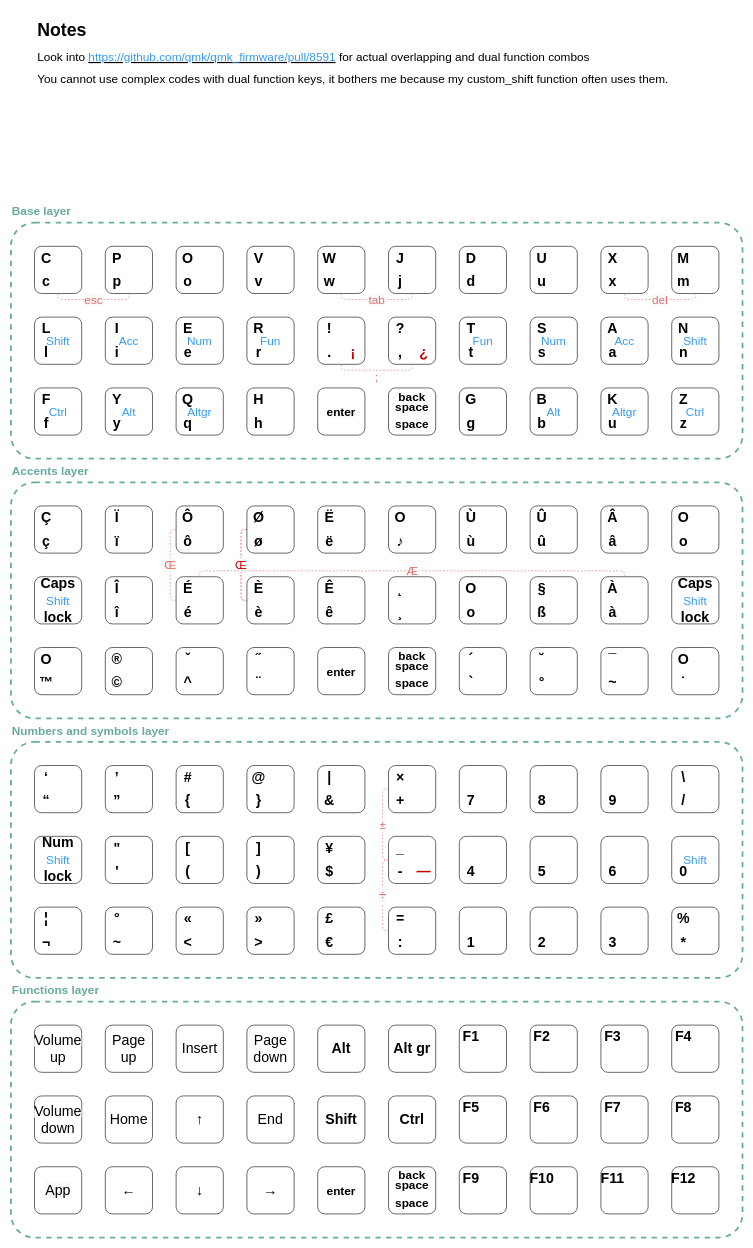
This is Gherkin with custom lier layout for 30 keys/gherkin aito-lier.drawio from Hedgestock/custom-keyboard-layouts, a draw.io file, before an edit. Source tidied: cells renumbered, new cells numbered last; positions are measured from the earlier drawing's top-left corner, leaving out a move shared by most shapes. Both pictures are drawn from the tidied source at 59%, with x=0, y=0 at pixel (11, 16).
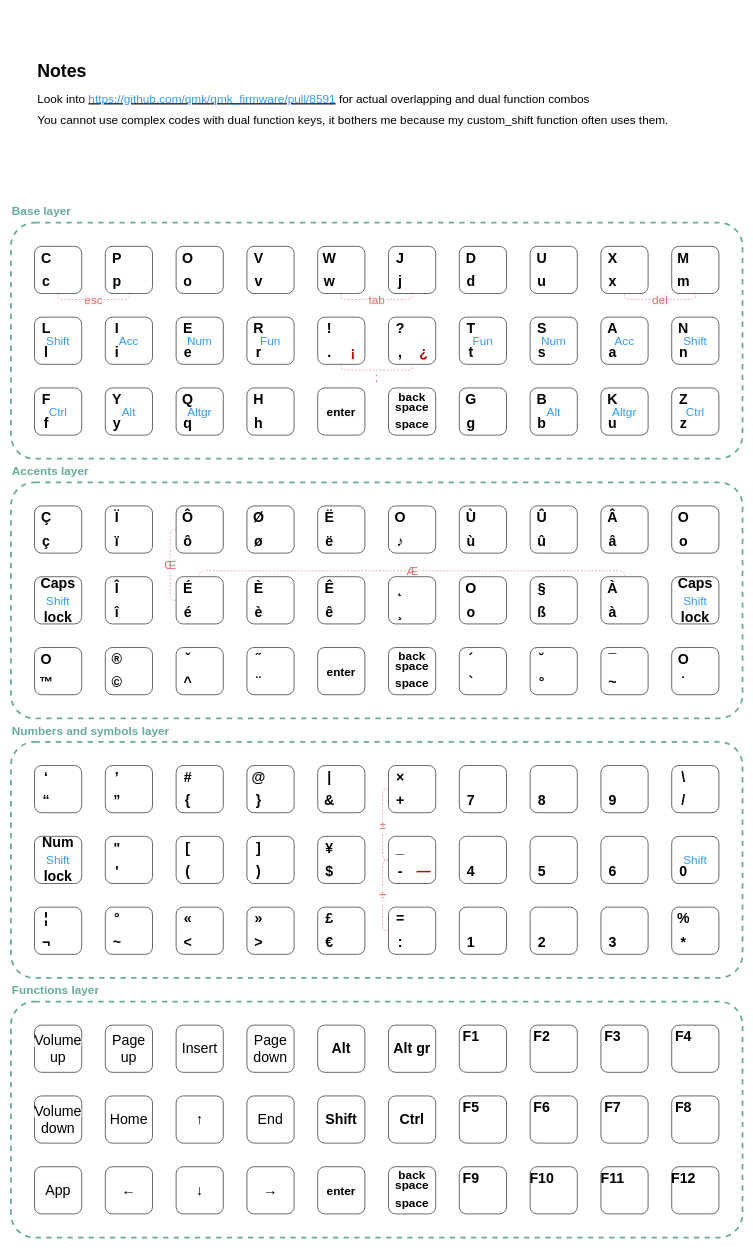
The same page after the edit.

Unchanged cells that the change refers to:
```xml
<mxCell id="62" style="group;" parent="1" vertex="1">
  <mxGeometry y="760" width="1240" height="430" as="geometry" />
</mxCell>
```

Change to the diagram source:
```diff
@@
-    <mxCell id="106" value="&lt;span style=&quot;font-family: helvetica; font-size: 20px; font-style: normal; font-weight: 400; letter-spacing: normal; text-align: center; text-indent: 0px; text-transform: none; word-spacing: 0px; background-color: rgb(248, 249, 250); display: inline; float: none;&quot;&gt;Œ&lt;/span&gt;" style="endArrow=none;dashed=1;html=1;entryX=0;entryY=0.5;entryDx=0;entryDy=0;strokeColor=#CC0000;exitX=0;exitY=0.5;exitDx=0;exitDy=0;fontStyle=0;fontColor=#CC0000;" parent="62" edge="1">
-      <mxGeometry relative="1" as="geometry">
-        <mxPoint x="400" y="110" as="sourcePoint" />
-        <mxPoint x="400" y="230" as="targetPoint" />
-        <Array as="points">
-          <mxPoint x="390" y="110" />
-          <mxPoint x="390" y="230" />
-        </Array>
-      </mxGeometry>
-    </mxCell>
@@
-    <mxCell id="382" value="&lt;h1&gt;&lt;font style=&quot;font-size: 30px&quot;&gt;Notes&lt;/font&gt;&lt;/h1&gt;&lt;span style=&quot;font-size: 20px&quot;&gt;Look into &lt;u&gt;&lt;font color=&quot;#3399ff&quot;&gt;https://github.com/qmk/qmk_firmware/pull/8591&lt;/font&gt;&lt;/u&gt; for actual overlapping and dual function combos&lt;/span&gt;&lt;p&gt;&lt;span style=&quot;font-size: 20px&quot;&gt;You cannot use complex codes with dual function keys, it bothers me because my custom_shift function often uses them.&lt;/span&gt;&lt;br&gt;&lt;/p&gt;&lt;p&gt;&lt;br&gt;&lt;/p&gt;" style="text;html=1;strokeColor=none;fillColor=none;spacing=5;spacingTop=-20;whiteSpace=wrap;overflow=hidden;rounded=0;" parent="1" vertex="1">
-      <mxGeometry x="40" width="1160" height="310" as="geometry" />
+    <mxCell id="382" value="&lt;h1&gt;&lt;font style=&quot;font-size: 30px&quot;&gt;Notes&lt;/font&gt;&lt;/h1&gt;&lt;span style=&quot;font-size: 20px&quot;&gt;Look into &lt;u&gt;&lt;font color=&quot;#3399ff&quot;&gt;https://github.com/qmk/qmk_firmware/pull/8591&lt;/font&gt;&lt;/u&gt; for actual overlapping and dual function combos&lt;/span&gt;&lt;p&gt;&lt;span style=&quot;font-size: 20px&quot;&gt;You cannot use complex codes with dual function keys, it bothers me because my custom_shift function often uses them.&lt;/span&gt;&lt;/p&gt;" style="text;html=1;strokeColor=none;fillColor=none;spacing=5;spacingTop=-20;whiteSpace=wrap;overflow=hidden;rounded=0;" parent="1" vertex="1">
+      <mxGeometry x="40" y="70" width="1160" height="140" as="geometry" />
     </mxCell>
```
